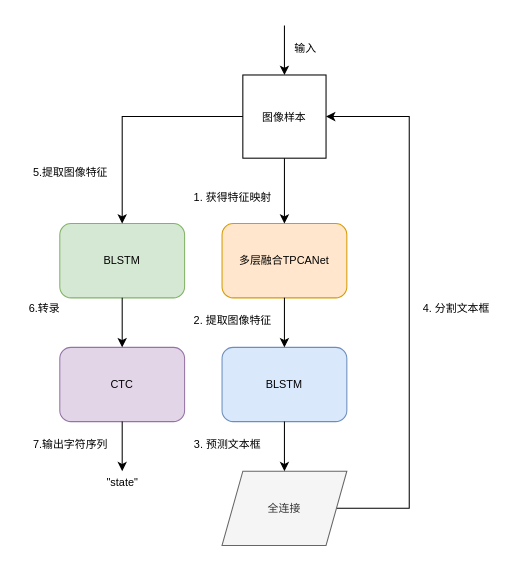
This is 多层融合TPCANet流程图.drawio from Liz606/Liz-todos, a draw.io file, before an edit. Source tidied: cells renumbered, new cells numbered last; positions are measured from the earlier drawing's top-left corner, leaving out a move shared by most shapes. Both pictures are drawn from the tidied source at 104%, with x=0, y=0 at pixel (18, 25).
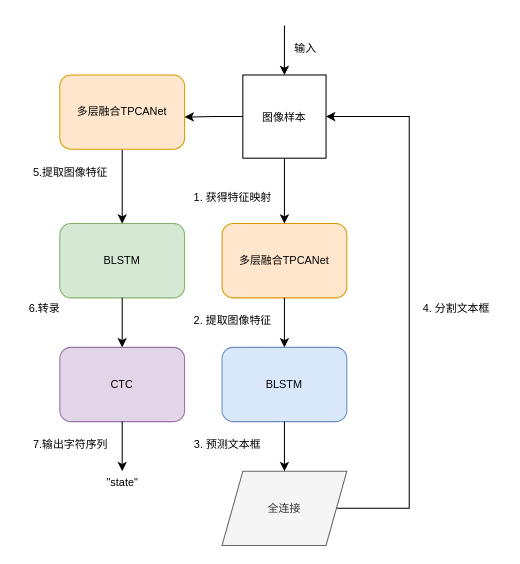
After the change.

Commit message:
更新多层融合TPCANet流程图.drawio

Unchanged cells that the change refers to:
```xml
<mxCell id="2" style="group;" parent="1" vertex="1">
  <mxGeometry width="466" height="500" as="geometry" />
</mxCell>
<mxCell id="3" value="图像样本" style="whiteSpace=wrap;html=1;fontSize=10.5;" parent="2" vertex="1">
  <mxGeometry x="216" y="47.6" width="80" height="80" as="geometry" />
</mxCell>
<mxCell id="16" value="BLSTM" style="rounded=1;whiteSpace=wrap;html=1;fontSize=10.5;fillColor=#d5e8d4;strokeColor=#82b366;" parent="2" vertex="1">
  <mxGeometry x="40" y="190.5" width="120" height="71.4" as="geometry" />
</mxCell>
```

The edit, as a diff of the source:
```diff
@@
-    <mxCell id="17" style="edgeStyle=orthogonalEdgeStyle;rounded=0;jettySize=auto;html=1;exitX=0;exitY=0.5;exitDx=0;exitDy=0;entryX=0.5;entryY=0;entryDx=0;entryDy=0;fontSize=10.5;" parent="2" edge="1" source="3" target="16">
-      <mxGeometry relative="1" as="geometry" />
-    </mxCell>
@@
+    <mxCell id="26" style="edgeStyle=orthogonalEdgeStyle;rounded=0;jettySize=auto;html=1;exitX=0.5;exitY=1;exitDx=0;exitDy=0;entryX=0.5;entryY=0;entryDx=0;entryDy=0;" parent="2" edge="1" source="27" target="16">
+      <mxGeometry relative="1" as="geometry" />
+    </mxCell>
+    <mxCell id="27" value="多层融合TPCANet" style="rounded=1;whiteSpace=wrap;html=1;fontSize=10.5;fillColor=#ffe6cc;strokeColor=#d79b00;" parent="2" vertex="1">
+      <mxGeometry x="40" y="47.6" width="120" height="71.4" as="geometry" />
+    </mxCell>
+    <mxCell id="28" style="edgeStyle=orthogonalEdgeStyle;rounded=0;jettySize=auto;html=1;exitX=0;exitY=0.5;exitDx=0;exitDy=0;" parent="1" edge="1" source="3">
+      <mxGeometry relative="1" as="geometry">
+        <mxPoint x="160" y="88" as="targetPoint" />
+      </mxGeometry>
+    </mxCell>
```
